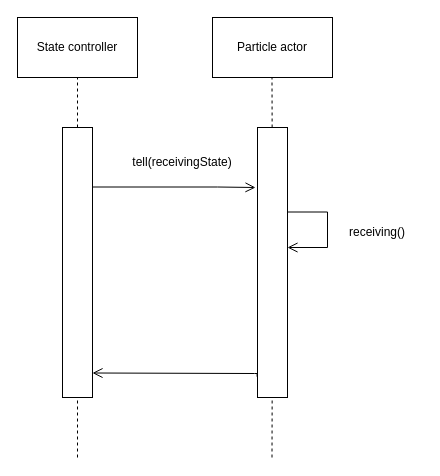
Above: particlesInReceiving.drawio in vanelopethecoder/som-basic (draw.io), before the change. Source tidied: cells renumbered, new cells numbered last; positions are measured from the earlier drawing's top-left corner, leaving out a move shared by most shapes. Both pictures are drawn from the tidied source at 100%, with x=0, y=0 at pixel (17, 17).
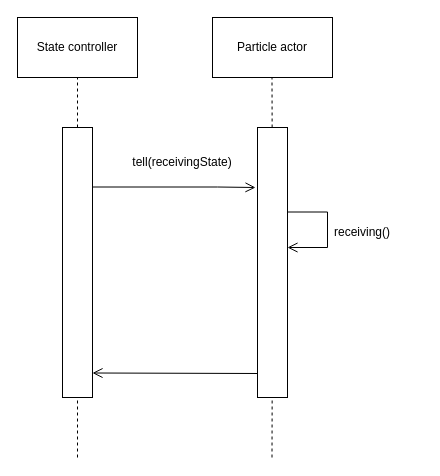
The same diagram, later.

The change refers to these unchanged cells:
```xml
<mxCell id="8" style="rounded=0;whiteSpace=wrap;html=1;" parent="1" vertex="1">
  <mxGeometry x="240" y="110" width="30" height="270" as="geometry" />
</mxCell>
```

What changed in the source:
```diff
@@
     <mxCell id="13" value="receiving()" style="text;html=1;strokeColor=none;fillColor=none;align=center;verticalAlign=middle;whiteSpace=wrap;rounded=0;" parent="1" vertex="1">
-      <mxGeometry x="315" y="200" width="90" height="30" as="geometry" />
+      <mxGeometry x="300" y="200" width="90" height="30" as="geometry" />
     </mxCell>
-    <mxCell id="14" style="edgeStyle=orthogonalEdgeStyle;html=1;verticalAlign=bottom;endArrow=open;endSize=8;strokeColor=#000000;rounded=0;exitX=-0.013;exitY=0.923;exitDx=0;exitDy=0;exitPerimeter=0;" parent="1" edge="1" source="8">
+    <mxCell id="14" style="edgeStyle=orthogonalEdgeStyle;html=1;verticalAlign=bottom;endArrow=open;endSize=8;strokeColor=#000000;rounded=0;" parent="1" edge="1">
       <mxGeometry relative="1" as="geometry">
+        <mxPoint x="237" y="356" as="sourcePoint" />
         <mxPoint x="75" y="355.5" as="targetPoint" />
         <Array as="points">
           <mxPoint x="240" y="356" />
           <mxPoint x="237" y="356" />
         </Array>
       </mxGeometry>
     </mxCell>
```
